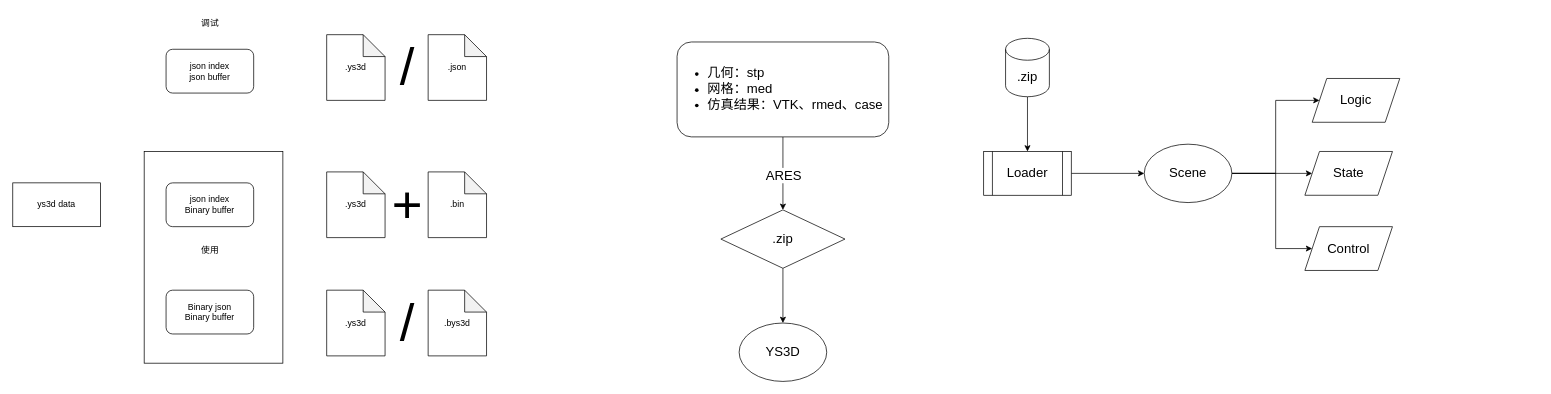
Above: ys3d-data.drawio in Harekaze-Misakiakeno/uml (draw.io), before the change. Source tidied: cells renumbered, new cells numbered last; positions are measured from the earlier drawing's top-left corner, leaving out a move shared by most shapes. Both pictures are drawn from the tidied source at 73%, with x=0, y=0 at pixel (12, 12).
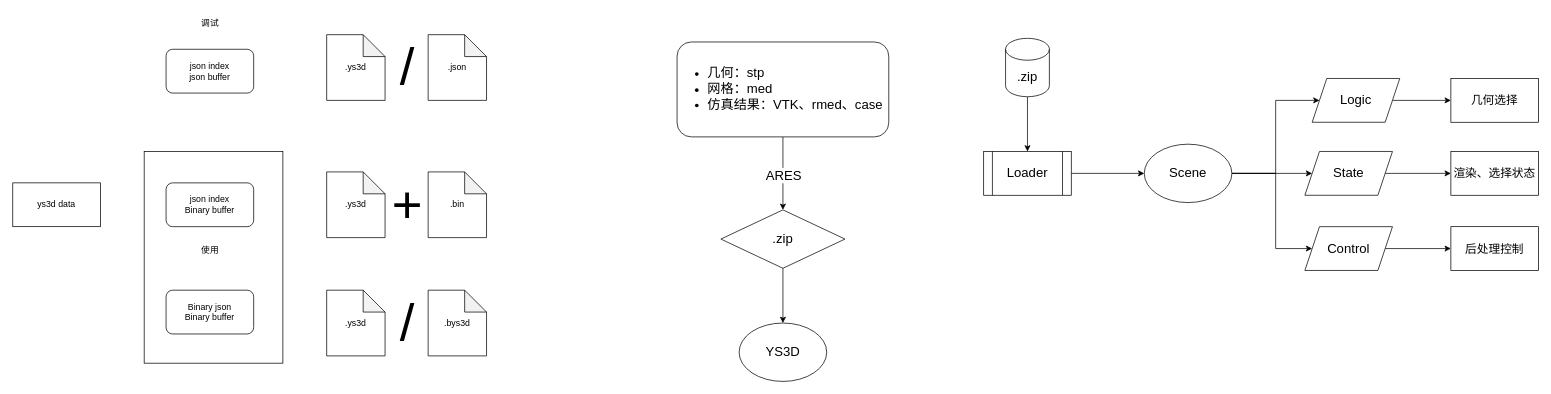
The same page after the edit.

The change refers to these unchanged cells:
```xml
<mxCell id="31" value="Logic" style="shape=parallelogram;perimeter=parallelogramPerimeter;whiteSpace=wrap;html=1;fixedSize=1;fontSize=18;" parent="1" vertex="1">
  <mxGeometry x="1780" y="90" width="120" height="60" as="geometry" />
</mxCell>
<mxCell id="32" value="State" style="shape=parallelogram;perimeter=parallelogramPerimeter;whiteSpace=wrap;html=1;fixedSize=1;fontSize=18;" parent="1" vertex="1">
  <mxGeometry x="1770" y="190" width="120" height="60" as="geometry" />
</mxCell>
<mxCell id="33" value="Control" style="shape=parallelogram;perimeter=parallelogramPerimeter;whiteSpace=wrap;html=1;fixedSize=1;fontSize=18;" parent="1" vertex="1">
  <mxGeometry x="1770" y="293" width="120" height="60" as="geometry" />
</mxCell>
```

Change to the diagram source:
```diff
@@
+    <mxCell id="35" style="edgeStyle=orthogonalEdgeStyle;rounded=0;jettySize=auto;html=1;entryX=0;entryY=0.5;entryDx=0;entryDy=0;" parent="1" edge="1" source="31" target="38">
+      <mxGeometry relative="1" as="geometry" />
+    </mxCell>
@@
+    <mxCell id="36" style="edgeStyle=orthogonalEdgeStyle;rounded=0;jettySize=auto;html=1;entryX=0;entryY=0.5;entryDx=0;entryDy=0;" parent="1" edge="1" source="32" target="39">
+      <mxGeometry relative="1" as="geometry" />
+    </mxCell>
@@
+    <mxCell id="37" style="edgeStyle=orthogonalEdgeStyle;rounded=0;jettySize=auto;html=1;entryX=0;entryY=0.5;entryDx=0;entryDy=0;" parent="1" edge="1" source="33" target="40">
+      <mxGeometry relative="1" as="geometry" />
+    </mxCell>
@@
+    <mxCell id="38" value="几何选择" style="rounded=0;whiteSpace=wrap;html=1;fontSize=16;" parent="1" vertex="1">
+      <mxGeometry x="1970" y="90" width="120" height="60" as="geometry" />
+    </mxCell>
+    <mxCell id="39" value="渲染、选择状态" style="rounded=0;whiteSpace=wrap;html=1;fontSize=16;" parent="1" vertex="1">
+      <mxGeometry x="1970" y="190" width="120" height="60" as="geometry" />
+    </mxCell>
+    <mxCell id="40" value="后处理控制" style="rounded=0;whiteSpace=wrap;html=1;fontSize=16;" parent="1" vertex="1">
+      <mxGeometry x="1970" y="293" width="120" height="60" as="geometry" />
+    </mxCell>
```
